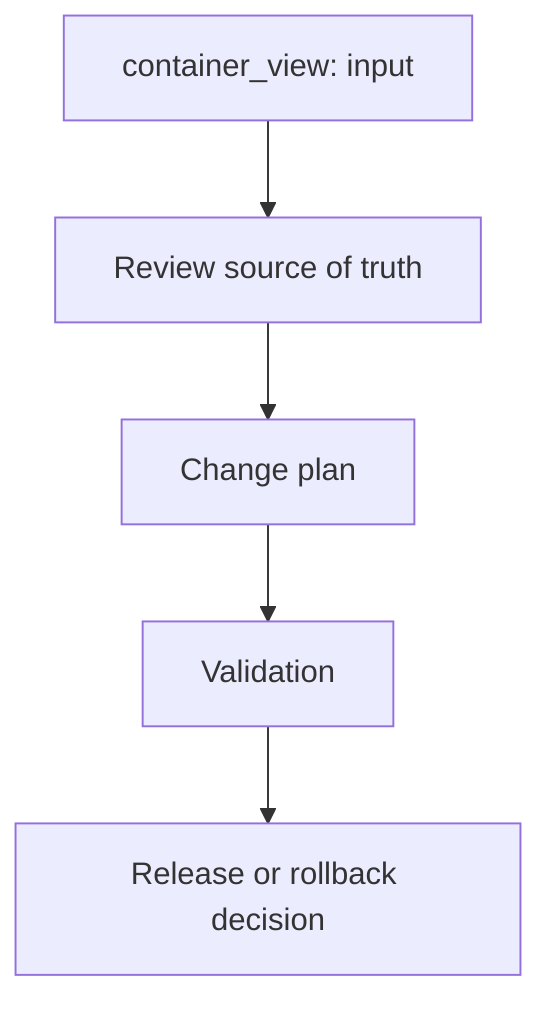
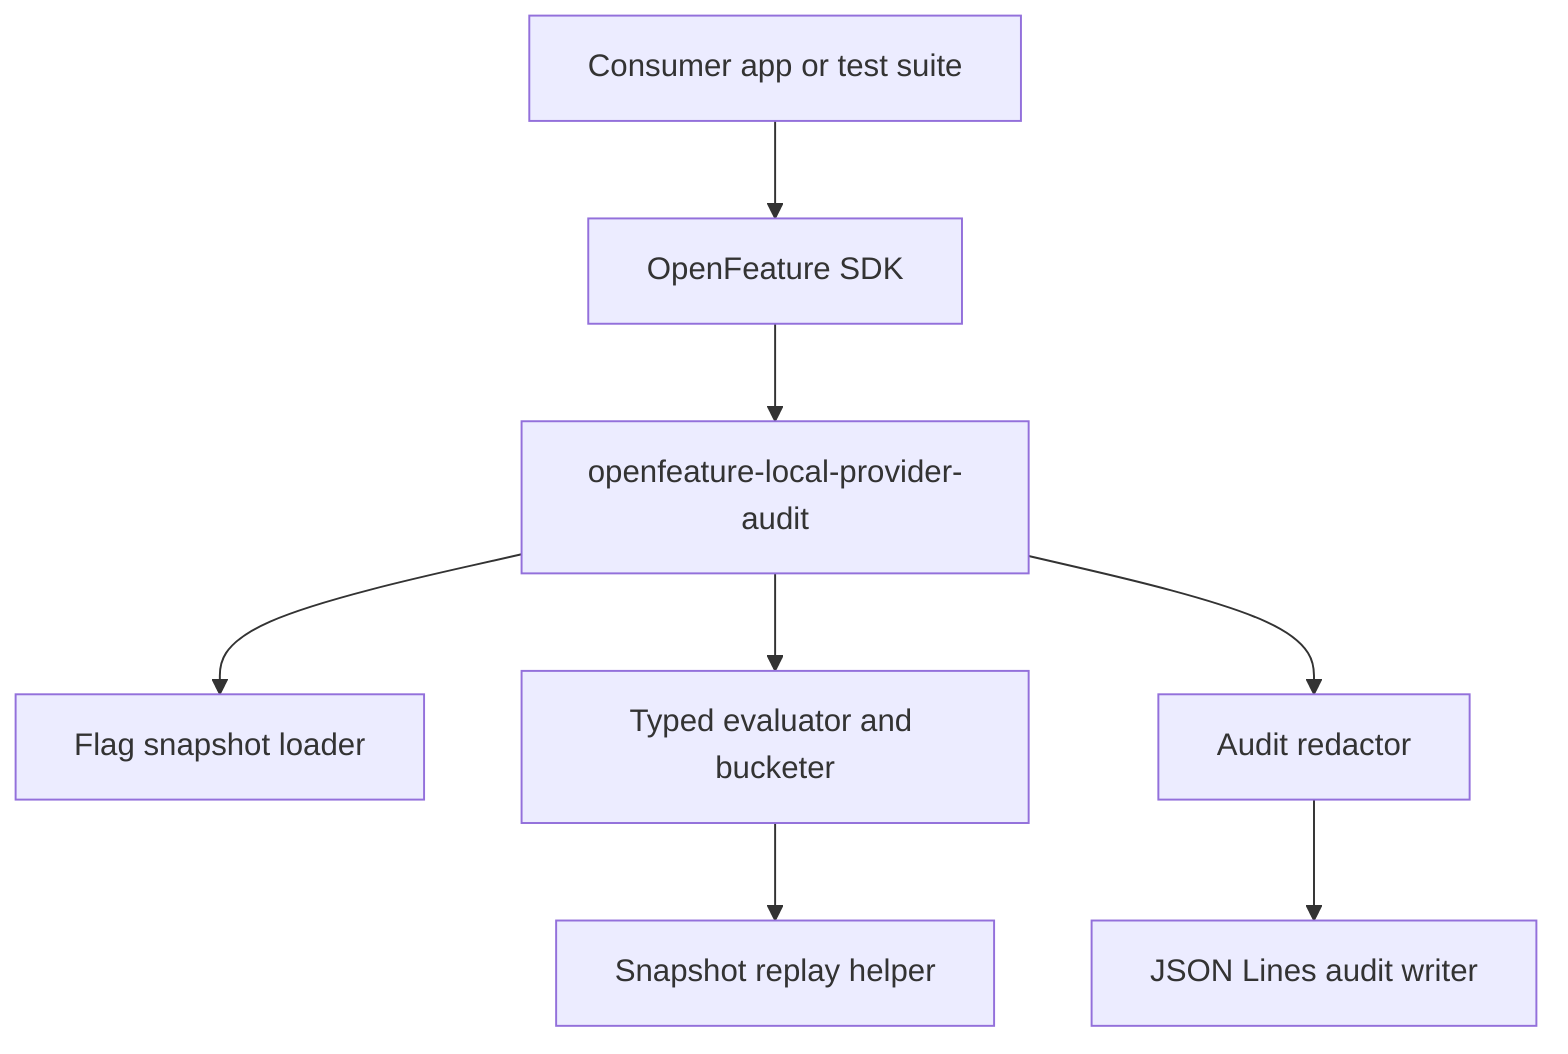
flowchart TD
-   A["container_view: input"] --> B["Review source of truth"]
-   B --> C["Change plan"]
-   C --> D["Validation"]
-   D --> E["Release or rollback decision"]
+   Consumer["Consumer app or test suite"] --> OpenFeature["OpenFeature SDK"]
+   OpenFeature --> Provider["openfeature-local-provider-audit"]
+   Provider --> Loader["Flag snapshot loader"]
+   Provider --> Resolver["Typed evaluator and bucketer"]
+   Provider --> Redactor["Audit redactor"]
+   Redactor --> Audit["JSON Lines audit writer"]
+   Resolver --> Replay["Snapshot replay helper"]
